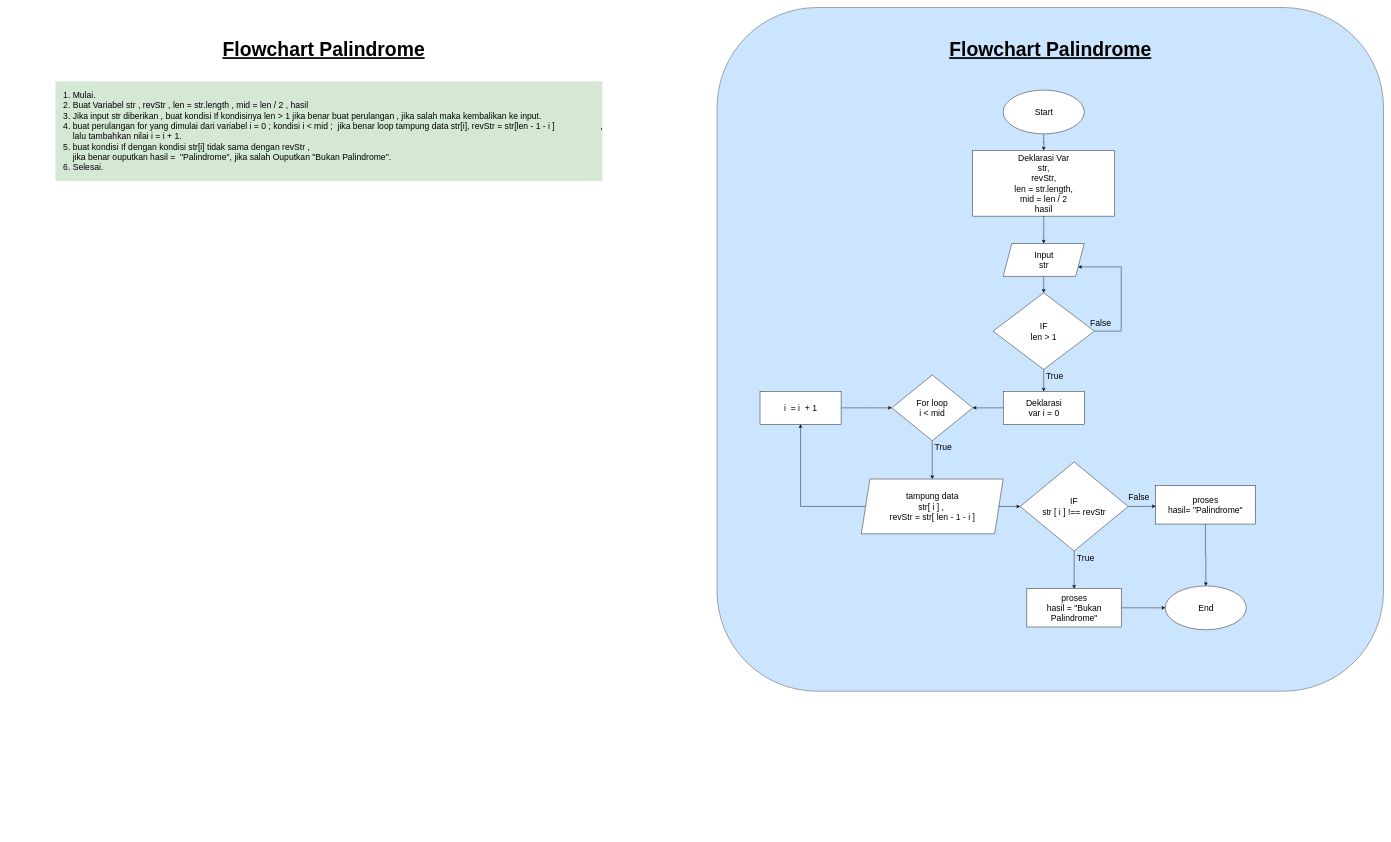
The draw.io diagram page "Page-1" (1 of 2) of Bootcamp-Fazztrack-WEB11/Javascript/Algoritma dan Flowchart/Tugas Palindrome.drawio in imbasri-dev/Bootcamp-Fazztrack-WEB-11, before the edit. Source tidied: cells renumbered, new cells numbered last; positions are measured from the earlier drawing's top-left corner, leaving out a move shared by most shapes. Both pictures are drawn from the tidied source at 43%, with x=0, y=0 at pixel (55, 7).
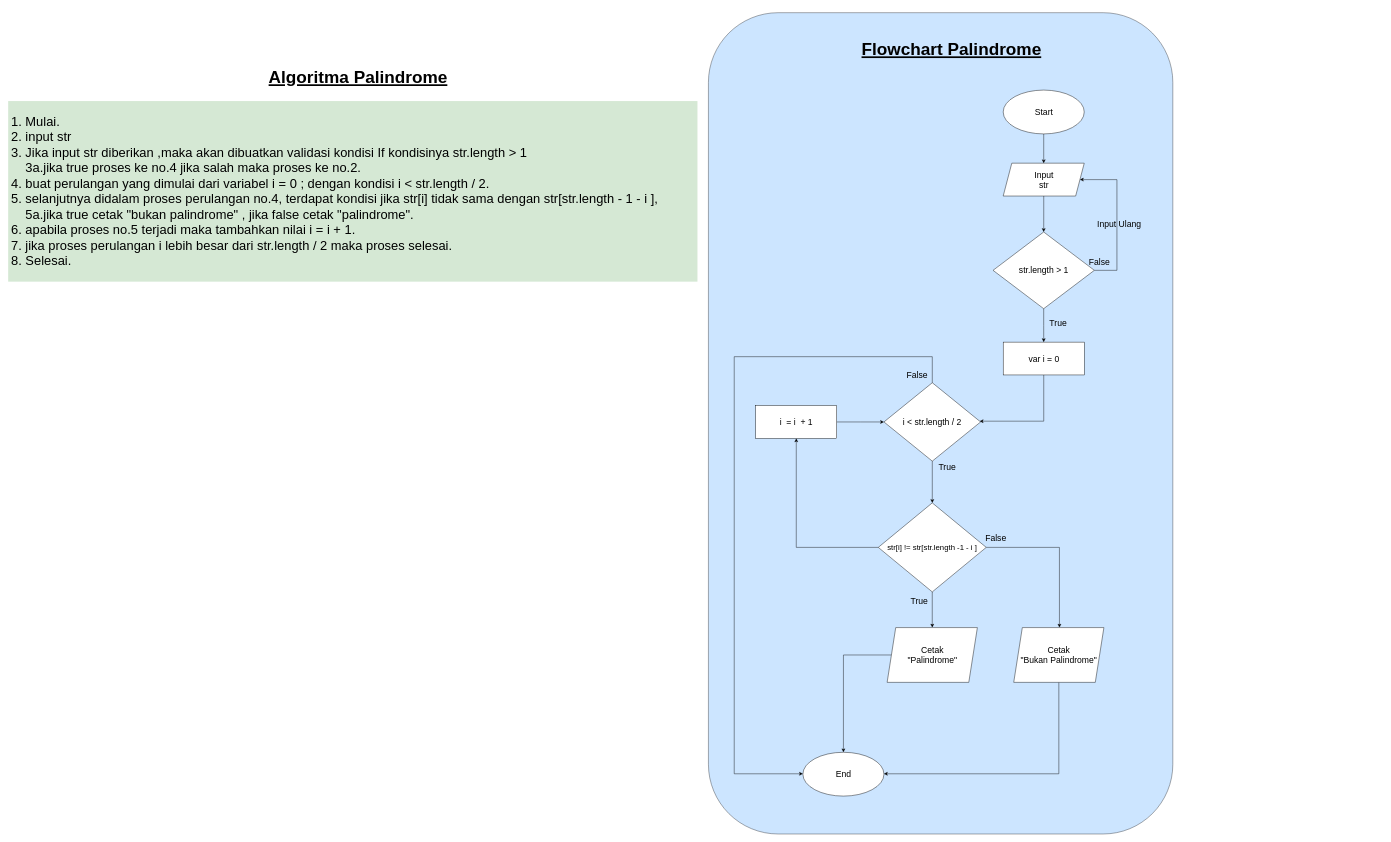
Above is the later version.

Commit message (it also covers changes not shown here):
Update Belajar dan Revisi Algoritma dan Flowcharts

Unchanged cells that the change refers to:
```xml
<mxCell id="7" value="Start" style="ellipse;whiteSpace=wrap;html=1;labelBackgroundColor=none;labelBorderColor=none;fontSize=20;fontStyle=0;" parent="1" vertex="1">
  <mxGeometry x="2205.5" y="192" width="188.5" height="101.9" as="geometry" />
</mxCell>
```

The edit, as a diff of the source:
```diff
@@
     <mxCell id="2" style="rounded=1;whiteSpace=wrap;html=1;labelBackgroundColor=none;labelBorderColor=none;fontSize=20;fontStyle=0;fillColor=#cce5ff;strokeColor=#36393d;" parent="1" vertex="1">
-      <mxGeometry x="1540" width="1550" height="1590" as="geometry" />
+      <mxGeometry x="1520" y="12" width="1080" height="1910" as="geometry" />
     </mxCell>
-    <mxCell id="3" value="&lt;font style=&quot;font-size: 45px;&quot;&gt;&lt;b&gt;&lt;u&gt;Flowchart Palindrome&lt;/u&gt;&lt;/b&gt;&lt;/font&gt;" style="text;html=1;align=center;verticalAlign=middle;strokeColor=none;fillColor=none;fontSize=20;" parent="1" vertex="1">
-      <mxGeometry x="2070" y="62" width="490" height="70" as="geometry" />
+    <mxCell id="3" value="&lt;font style=&quot;font-size: 40px;&quot;&gt;&lt;b style=&quot;font-size: 40px;&quot;&gt;&lt;u style=&quot;font-size: 40px;&quot;&gt;Flowchart Palindrome&lt;/u&gt;&lt;/b&gt;&lt;/font&gt;" style="text;html=1;align=center;verticalAlign=middle;strokeColor=none;fillColor=none;fontSize=40;" parent="1" vertex="1">
+      <mxGeometry x="1865" y="67" width="440" height="60" as="geometry" />
     </mxCell>
-    <mxCell id="4" value="proses&lt;br style=&quot;font-size: 20px;&quot;&gt;hasil = &quot;Bukan Palindrome&quot;" style="whiteSpace=wrap;html=1;fontSize=20;labelBackgroundColor=none;labelBorderColor=none;fontStyle=0;" parent="1" vertex="1">
-      <mxGeometry x="2260.6" y="1351.4" width="219.9" height="89.2" as="geometry" />
-    </mxCell>
-    <mxCell id="5" style="edgeStyle=orthogonalEdgeStyle;rounded=0;jettySize=auto;html=1;entryX=0.5;entryY=0;entryDx=0;entryDy=0;" parent="1" edge="1" source="6" target="8">
-      <mxGeometry relative="1" as="geometry" />
-    </mxCell>
-    <mxCell id="6" value="proses&lt;br style=&quot;font-size: 20px;&quot;&gt;hasil= &quot;Palindrome&quot;" style="whiteSpace=wrap;html=1;fontSize=20;labelBackgroundColor=none;labelBorderColor=none;fontStyle=0;" parent="1" vertex="1">
-      <mxGeometry x="2560" y="1112" width="231.6" height="89.2" as="geometry" />
-    </mxCell>
+    <mxCell id="37" style="edgeStyle=orthogonalEdgeStyle;rounded=0;jettySize=auto;html=1;" parent="1" edge="1" source="7" target="13">
+      <mxGeometry relative="1" as="geometry" />
+    </mxCell>
@@
     <mxCell id="8" value="End" style="ellipse;whiteSpace=wrap;html=1;labelBackgroundColor=none;labelBorderColor=none;fontSize=20;fontStyle=0;" parent="1" vertex="1">
-      <mxGeometry x="2582.5" y="1345.1" width="188.5" height="101.9" as="geometry" />
+      <mxGeometry x="1739.7" y="1732" width="188.5" height="101.9" as="geometry" />
     </mxCell>
-    <mxCell id="9" value="&lt;font style=&quot;font-size: 20px;&quot;&gt;Deklarasi Var&lt;br style=&quot;font-size: 20px;&quot;&gt;str,&lt;br style=&quot;font-size: 20px;&quot;&gt;revStr,&lt;br style=&quot;font-size: 20px;&quot;&gt;len = str.length,&lt;br style=&quot;font-size: 20px;&quot;&gt;mid = len / 2&lt;br style=&quot;font-size: 20px;&quot;&gt;hasil&lt;/font&gt;" style="whiteSpace=wrap;html=1;fontSize=20;labelBackgroundColor=none;labelBorderColor=none;fontStyle=0;" parent="1" vertex="1">
-      <mxGeometry x="2134.8" y="332.2" width="329.9" height="152.9" as="geometry" />
-    </mxCell>
-    <mxCell id="10" style="edgeStyle=orthogonalEdgeStyle;rounded=0;jettySize=auto;html=1;labelBackgroundColor=none;labelBorderColor=none;fontSize=20;fontStyle=0;" parent="1" edge="1" source="7" target="9">
-      <mxGeometry relative="1" as="geometry" />
-    </mxCell>
+    <mxCell id="15" style="edgeStyle=orthogonalEdgeStyle;rounded=0;jettySize=auto;html=1;entryX=1;entryY=0.5;entryDx=0;entryDy=0;fontSize=18;" parent="1" edge="1" source="11" target="13">
+      <mxGeometry relative="1" as="geometry">
+        <Array as="points">
+          <mxPoint x="2470" y="611" />
+          <mxPoint x="2470" y="400" />
+        </Array>
+      </mxGeometry>
+    </mxCell>
-    <mxCell id="11" value="IF&lt;br style=&quot;font-size: 20px;&quot;&gt;len &amp;gt; 1" style="rhombus;whiteSpace=wrap;html=1;fontSize=20;labelBackgroundColor=none;labelBorderColor=none;fontStyle=0;" parent="1" vertex="1">
-      <mxGeometry x="2181.9" y="663.4" width="235.6" height="178.4" as="geometry" />
+    <mxCell id="11" value="str.length &amp;gt; 1" style="rhombus;whiteSpace=wrap;html=1;fontSize=20;labelBackgroundColor=none;labelBorderColor=none;fontStyle=0;" parent="1" vertex="1">
+      <mxGeometry x="2181.9" y="522" width="235.6" height="178.4" as="geometry" />
     </mxCell>
-    <mxCell id="12" style="edgeStyle=orthogonalEdgeStyle;rounded=0;jettySize=auto;html=1;exitX=0.5;exitY=1;exitDx=0;exitDy=0;entryX=0.5;entryY=0;entryDx=0;entryDy=0;fontSize=20;labelBackgroundColor=none;labelBorderColor=none;fontStyle=0;" parent="1" edge="1" source="13" target="11">
+    <mxCell id="12" style="edgeStyle=orthogonalEdgeStyle;rounded=0;jettySize=auto;html=1;" parent="1" edge="1" source="13" target="11">
       <mxGeometry relative="1" as="geometry" />
     </mxCell>
     <mxCell id="13" value="Input&lt;br style=&quot;font-size: 20px;&quot;&gt;str" style="shape=parallelogram;perimeter=parallelogramPerimeter;whiteSpace=wrap;html=1;fixedSize=1;fontSize=20;labelBackgroundColor=none;labelBorderColor=none;fontStyle=0;" parent="1" vertex="1">
-      <mxGeometry x="2205.5" y="548.8" width="188.5" height="76.4" as="geometry" />
+      <mxGeometry x="2205.5" y="362" width="188.5" height="76.4" as="geometry" />
     </mxCell>
-    <mxCell id="14" style="edgeStyle=orthogonalEdgeStyle;rounded=0;jettySize=auto;html=1;exitX=0.5;exitY=1;exitDx=0;exitDy=0;entryX=0.5;entryY=0;entryDx=0;entryDy=0;fontSize=20;labelBackgroundColor=none;labelBorderColor=none;fontStyle=0;" parent="1" edge="1" source="9" target="13">
-      <mxGeometry relative="1" as="geometry" />
-    </mxCell>
-    <mxCell id="15" style="edgeStyle=orthogonalEdgeStyle;rounded=0;jettySize=auto;html=1;entryX=1;entryY=0.75;entryDx=0;entryDy=0;fontSize=20;labelBackgroundColor=none;labelBorderColor=none;fontStyle=0;" parent="1" edge="1" source="11" target="13">
-      <mxGeometry relative="1" as="geometry">
-        <Array as="points">
-          <mxPoint x="2480" y="753" />
-          <mxPoint x="2480" y="603" />
-        </Array>
-      </mxGeometry>
-    </mxCell>
     <mxCell id="16" value="True" style="text;html=1;align=center;verticalAlign=middle;fontSize=20;labelBackgroundColor=none;labelBorderColor=none;fontStyle=0;" parent="1" vertex="1">
-      <mxGeometry x="2294.7" y="836.8" width="60" height="40" as="geometry" />
+      <mxGeometry x="2303.2" y="712" width="60" height="40" as="geometry" />
     </mxCell>
     <mxCell id="17" value="False" style="text;html=1;align=center;verticalAlign=middle;fontSize=20;labelBackgroundColor=none;labelBorderColor=none;fontStyle=0;" parent="1" vertex="1">
-      <mxGeometry x="2396.8" y="713.4" width="70" height="40" as="geometry" />
+      <mxGeometry x="2394" y="572" width="70" height="40" as="geometry" />
     </mxCell>
+    <mxCell id="21" style="edgeStyle=orthogonalEdgeStyle;rounded=0;jettySize=auto;html=1;fontSize=18;" parent="1" edge="1" source="18" target="20">
+      <mxGeometry relative="1" as="geometry">
+        <Array as="points">
+          <mxPoint x="2300" y="962" />
+        </Array>
+      </mxGeometry>
+    </mxCell>
-    <mxCell id="18" value="Deklarasi&lt;br style=&quot;font-size: 20px;&quot;&gt;var i = 0" style="rounded=0;whiteSpace=wrap;html=1;fontSize=20;labelBackgroundColor=none;labelBorderColor=none;fontStyle=0;" parent="1" vertex="1">
-      <mxGeometry x="2205.5" y="892.8" width="188.5" height="76.4" as="geometry" />
+    <mxCell id="18" value="var i = 0" style="rounded=0;whiteSpace=wrap;html=1;fontSize=20;labelBackgroundColor=none;labelBorderColor=none;fontStyle=0;" parent="1" vertex="1">
+      <mxGeometry x="2205.5" y="778.1" width="188.5" height="76.4" as="geometry" />
     </mxCell>
@@
+    <mxCell id="38" style="edgeStyle=orthogonalEdgeStyle;rounded=0;jettySize=auto;html=1;" parent="1" edge="1" source="20" target="30">
+      <mxGeometry relative="1" as="geometry" />
+    </mxCell>
+    <mxCell id="39" style="edgeStyle=orthogonalEdgeStyle;rounded=0;jettySize=auto;html=1;" parent="1" edge="1" source="20" target="8">
+      <mxGeometry relative="1" as="geometry">
+        <Array as="points">
+          <mxPoint x="2041" y="812" />
+          <mxPoint x="1580" y="812" />
+          <mxPoint x="1580" y="1782" />
+        </Array>
+      </mxGeometry>
+    </mxCell>
-    <mxCell id="20" value="For loop&lt;br style=&quot;font-size: 20px;&quot;&gt;i &amp;lt; mid" style="rhombus;whiteSpace=wrap;html=1;fontSize=20;rounded=0;labelBackgroundColor=none;labelBorderColor=none;fontStyle=0;" parent="1" vertex="1">
-      <mxGeometry x="1946.3" y="854.5" width="188.5" height="152.9" as="geometry" />
+    <mxCell id="20" value="i &amp;lt; str.length / 2" style="rhombus;whiteSpace=wrap;html=1;fontSize=20;rounded=0;labelBackgroundColor=none;labelBorderColor=none;fontStyle=0;" parent="1" vertex="1">
+      <mxGeometry x="1928.2" y="872.6" width="224.8" height="182.3" as="geometry" />
     </mxCell>
-    <mxCell id="21" style="edgeStyle=orthogonalEdgeStyle;rounded=0;jettySize=auto;html=1;fontSize=20;labelBackgroundColor=none;labelBorderColor=none;fontStyle=0;" parent="1" edge="1" source="18" target="20">
-      <mxGeometry relative="1" as="geometry" />
-    </mxCell>
@@
     <mxCell id="23" value="i&amp;nbsp; = i&amp;nbsp; + 1" style="rounded=0;whiteSpace=wrap;html=1;fontSize=20;labelBackgroundColor=none;labelBorderColor=none;fontStyle=0;" parent="1" vertex="1">
-      <mxGeometry x="1640" y="892.8" width="188.5" height="76.4" as="geometry" />
+      <mxGeometry x="1630" y="925.6" width="188.5" height="76.4" as="geometry" />
     </mxCell>
-    <mxCell id="24" style="edgeStyle=orthogonalEdgeStyle;rounded=0;jettySize=auto;html=1;entryX=0.5;entryY=1;entryDx=0;entryDy=0;fontSize=20;labelBackgroundColor=none;labelBorderColor=none;fontStyle=0;" parent="1" edge="1" source="25" target="23">
-      <mxGeometry relative="1" as="geometry" />
-    </mxCell>
-    <mxCell id="25" value="tampung data&lt;br style=&quot;font-size: 20px;&quot;&gt;str[ i ] ,&amp;nbsp;&lt;br style=&quot;font-size: 20px;&quot;&gt;revStr = str[ len - 1 - i ]" style="shape=parallelogram;perimeter=parallelogramPerimeter;whiteSpace=wrap;html=1;fixedSize=1;fontSize=20;labelBackgroundColor=none;labelBorderColor=none;fontStyle=0;" parent="1" vertex="1">
-      <mxGeometry x="1875.6" y="1096.6" width="329.9" height="127.4" as="geometry" />
-    </mxCell>
-    <mxCell id="26" style="edgeStyle=orthogonalEdgeStyle;rounded=0;jettySize=auto;html=1;fontSize=20;labelBackgroundColor=none;labelBorderColor=none;fontStyle=0;" parent="1" edge="1" source="20" target="25">
-      <mxGeometry relative="1" as="geometry" />
-    </mxCell>
     <mxCell id="27" value="True" style="text;html=1;align=center;verticalAlign=middle;fontSize=20;labelBackgroundColor=none;labelBorderColor=none;fontStyle=0;" parent="1" vertex="1">
-      <mxGeometry x="2035.6" y="1002" width="60" height="40" as="geometry" />
+      <mxGeometry x="2045" y="1047" width="60" height="40" as="geometry" />
     </mxCell>
-    <mxCell id="28" style="edgeStyle=orthogonalEdgeStyle;rounded=0;jettySize=auto;html=1;" parent="1" edge="1" source="30" target="4">
-      <mxGeometry relative="1" as="geometry" />
-    </mxCell>
-    <mxCell id="29" style="edgeStyle=orthogonalEdgeStyle;rounded=0;jettySize=auto;html=1;" parent="1" edge="1" source="30">
-      <mxGeometry relative="1" as="geometry">
-        <mxPoint x="2560" y="1160" as="targetPoint" />
-      </mxGeometry>
-    </mxCell>
+    <mxCell id="40" style="edgeStyle=orthogonalEdgeStyle;rounded=0;jettySize=auto;html=1;" parent="1" edge="1" source="30" target="46">
+      <mxGeometry relative="1" as="geometry" />
+    </mxCell>
+    <mxCell id="41" style="edgeStyle=orthogonalEdgeStyle;rounded=0;jettySize=auto;html=1;entryX=0.507;entryY=0;entryDx=0;entryDy=0;entryPerimeter=0;" parent="1" edge="1" source="30" target="44">
+      <mxGeometry relative="1" as="geometry" />
+    </mxCell>
+    <mxCell id="42" style="edgeStyle=orthogonalEdgeStyle;rounded=0;jettySize=auto;html=1;fontSize=18;" parent="1" edge="1" source="30" target="23">
+      <mxGeometry relative="1" as="geometry" />
+    </mxCell>
-    <mxCell id="30" value="IF&lt;br style=&quot;font-size: 20px;&quot;&gt;str [ i ] !== revStr" style="rhombus;whiteSpace=wrap;html=1;fontSize=20;labelBackgroundColor=none;labelBorderColor=none;fontStyle=0;" parent="1" vertex="1">
-      <mxGeometry x="2245" y="1056.8" width="251.1" height="207" as="geometry" />
+    <mxCell id="30" value="&lt;font style=&quot;font-size: 18px;&quot;&gt;str[i] != str[str.length -1 - i ]&lt;/font&gt;" style="rhombus;whiteSpace=wrap;html=1;fontSize=20;labelBackgroundColor=none;labelBorderColor=none;fontStyle=0;" parent="1" vertex="1">
+      <mxGeometry x="1915" y="1152" width="251.1" height="207" as="geometry" />
     </mxCell>
-    <mxCell id="31" style="edgeStyle=orthogonalEdgeStyle;rounded=0;jettySize=auto;html=1;fontSize=20;labelBackgroundColor=none;labelBorderColor=none;fontStyle=0;" parent="1" edge="1" source="25" target="30">
-      <mxGeometry relative="1" as="geometry" />
-    </mxCell>
     <mxCell id="32" value="True" style="text;html=1;align=center;verticalAlign=middle;fontSize=20;labelBackgroundColor=none;labelBorderColor=none;fontStyle=0;" parent="1" vertex="1">
-      <mxGeometry x="2367.4" y="1260.4" width="60" height="40" as="geometry" />
+      <mxGeometry x="1980" y="1359.1" width="60" height="40" as="geometry" />
     </mxCell>
     <mxCell id="33" value="False" style="text;html=1;align=center;verticalAlign=middle;fontSize=20;labelBackgroundColor=none;labelBorderColor=none;fontStyle=0;" parent="1" vertex="1">
-      <mxGeometry x="2486.3" y="1116.7" width="70" height="40" as="geometry" />
+      <mxGeometry x="2153" y="1213.9" width="70" height="40" as="geometry" />
     </mxCell>
-    <mxCell id="34" style="edgeStyle=orthogonalEdgeStyle;rounded=0;jettySize=auto;html=1;fontSize=20;labelBackgroundColor=none;labelBorderColor=none;fontStyle=0;exitX=1;exitY=0.5;exitDx=0;exitDy=0;" parent="1" edge="1" source="4" target="8">
-      <mxGeometry relative="1" as="geometry" />
-    </mxCell>
-    <mxCell id="35" value="&lt;font style=&quot;font-size: 45px;&quot;&gt;&lt;b&gt;&lt;u&gt;Flowchart Palindrome&lt;/u&gt;&lt;/b&gt;&lt;/font&gt;" style="text;html=1;align=center;verticalAlign=middle;strokeColor=none;fillColor=none;fontSize=20;" parent="1" vertex="1">
-      <mxGeometry x="380" y="62" width="490" height="70" as="geometry" />
+    <mxCell id="35" value="&lt;font size=&quot;1&quot; style=&quot;&quot;&gt;&lt;b style=&quot;&quot;&gt;&lt;u style=&quot;font-size: 40px;&quot;&gt;Algoritma Palindrome&lt;/u&gt;&lt;/b&gt;&lt;/font&gt;" style="text;html=1;align=center;verticalAlign=middle;strokeColor=none;fillColor=none;fontSize=30;" parent="1" vertex="1">
+      <mxGeometry x="485" y="132" width="440" height="60" as="geometry" />
     </mxCell>
-    <mxCell id="36" value="&lt;ol&gt;&lt;li&gt;Mulai.&lt;/li&gt;&lt;li style=&quot;&quot;&gt;Buat Variabel str , revStr , len = str.length , mid = len / 2 , hasil&lt;/li&gt;&lt;li style=&quot;&quot;&gt;Jika input str diberikan , buat kondisi If kondisinya len &amp;gt; 1 jika benar buat perulangan , jika salah maka kembalikan ke input.&lt;/li&gt;&lt;li style=&quot;&quot;&gt;buat perulangan for yang dimulai dari variabel i = 0 ; kondisi i &amp;lt; mid ;&amp;nbsp; jika benar loop tampung data str[i], revStr = str[len - 1 - i ]&amp;nbsp; &amp;nbsp; &amp;nbsp; &amp;nbsp; &amp;nbsp; &amp;nbsp; &amp;nbsp; &amp;nbsp; &amp;nbsp; &amp;nbsp;,&lt;br&gt;lalu tambahkan nilai i = i + 1.&lt;br&gt;&lt;/li&gt;&lt;li style=&quot;&quot;&gt;buat kondisi If dengan kondisi str[i] tidak sama dengan revStr , &lt;br&gt;jika benar ouputkan hasil =&amp;nbsp; &quot;Palindrome&quot;, jika salah Ouputkan &quot;Bukan Palindrome&quot;.&lt;/li&gt;&lt;li style=&quot;&quot;&gt;Selesai.&lt;/li&gt;&lt;/ol&gt;" style="text;html=1;align=left;verticalAlign=middle;strokeColor=none;fillColor=none;fontSize=20;labelBackgroundColor=#D5E8D4;" parent="1" vertex="1">
-      <mxGeometry y="162" width="1300" height="250" as="geometry" />
+    <mxCell id="36" value="&lt;ol style=&quot;font-size: 30px;&quot;&gt;&lt;li style=&quot;font-size: 30px;&quot;&gt;Mulai.&lt;/li&gt;&lt;li style=&quot;font-size: 30px;&quot;&gt;input str&amp;nbsp;&lt;/li&gt;&lt;li style=&quot;font-size: 30px;&quot;&gt;Jika input str diberikan ,maka akan dibuatkan validasi kondisi If kondisinya str.length &amp;gt; 1 &lt;br style=&quot;font-size: 30px;&quot;&gt;3a.jika true proses ke no.4 jika salah maka proses ke no.2.&lt;/li&gt;&lt;li style=&quot;font-size: 30px;&quot;&gt;buat perulangan yang dimulai dari variabel i = 0 ; dengan kondisi i &amp;lt; str.length / 2.&lt;br style=&quot;font-size: 30px;&quot;&gt;&lt;/li&gt;&lt;li style=&quot;font-size: 30px;&quot;&gt;selanjutnya didalam proses perulangan no.4, terdapat kondisi jika str[i] tidak sama dengan str[str.length - 1 - i ],&amp;nbsp; &amp;nbsp; &amp;nbsp; &amp;nbsp; &amp;nbsp; &amp;nbsp;&lt;br style=&quot;font-size: 30px;&quot;&gt;5a.jika true cetak &quot;bukan palindrome&quot; , jika false cetak &quot;palindrome&quot;.&amp;nbsp;&lt;/li&gt;&lt;li style=&quot;font-size: 30px;&quot;&gt;apabila proses no.5 terjadi maka tambahkan nilai i = i + 1.&lt;br style=&quot;font-size: 30px;&quot;&gt;&lt;/li&gt;&lt;li style=&quot;font-size: 30px;&quot;&gt;jika proses perulangan i lebih besar dari str.length / 2 maka proses selesai.&lt;/li&gt;&lt;li style=&quot;font-size: 30px;&quot;&gt;Selesai.&lt;/li&gt;&lt;/ol&gt;" style="text;html=1;align=left;verticalAlign=middle;strokeColor=none;fillColor=none;fontSize=30;labelBackgroundColor=#D5E8D4;" parent="1" vertex="1">
+      <mxGeometry x="-110" y="212" width="1630" height="430" as="geometry" />
     </mxCell>
+    <mxCell id="43" style="edgeStyle=orthogonalEdgeStyle;rounded=0;jettySize=auto;html=1;fontSize=18;" parent="1" edge="1" source="44" target="8">
+      <mxGeometry relative="1" as="geometry">
+        <Array as="points">
+          <mxPoint x="2335" y="1782" />
+        </Array>
+      </mxGeometry>
+    </mxCell>
+    <mxCell id="44" value="Cetak&lt;br&gt;&quot;Bukan Palindrome&quot;" style="shape=parallelogram;perimeter=parallelogramPerimeter;whiteSpace=wrap;html=1;fixedSize=1;fontSize=20;labelBackgroundColor=none;labelBorderColor=none;fontStyle=0;" parent="1" vertex="1">
+      <mxGeometry x="2230" y="1442" width="209.7" height="127.4" as="geometry" />
+    </mxCell>
+    <mxCell id="45" style="edgeStyle=orthogonalEdgeStyle;rounded=0;jettySize=auto;html=1;fontSize=18;" parent="1" edge="1" source="46" target="8">
+      <mxGeometry relative="1" as="geometry" />
+    </mxCell>
+    <mxCell id="46" value="Cetak&lt;br&gt;&quot;Palindrome&quot;" style="shape=parallelogram;perimeter=parallelogramPerimeter;whiteSpace=wrap;html=1;fixedSize=1;fontSize=20;labelBackgroundColor=none;labelBorderColor=none;fontStyle=0;" parent="1" vertex="1">
+      <mxGeometry x="1935.6" y="1442" width="209.9" height="127.4" as="geometry" />
+    </mxCell>
+    <mxCell id="47" value="False" style="text;html=1;align=center;verticalAlign=middle;fontSize=20;labelBackgroundColor=none;labelBorderColor=none;fontStyle=0;" parent="1" vertex="1">
+      <mxGeometry x="1970" y="832.6" width="70" height="40" as="geometry" />
+    </mxCell>
+    <mxCell id="48" value="Input Ulang" style="text;html=1;align=center;verticalAlign=middle;fontSize=20;labelBackgroundColor=none;labelBorderColor=none;fontStyle=0;" parent="1" vertex="1">
+      <mxGeometry x="2410" y="482" width="130" height="40" as="geometry" />
+    </mxCell>
```
